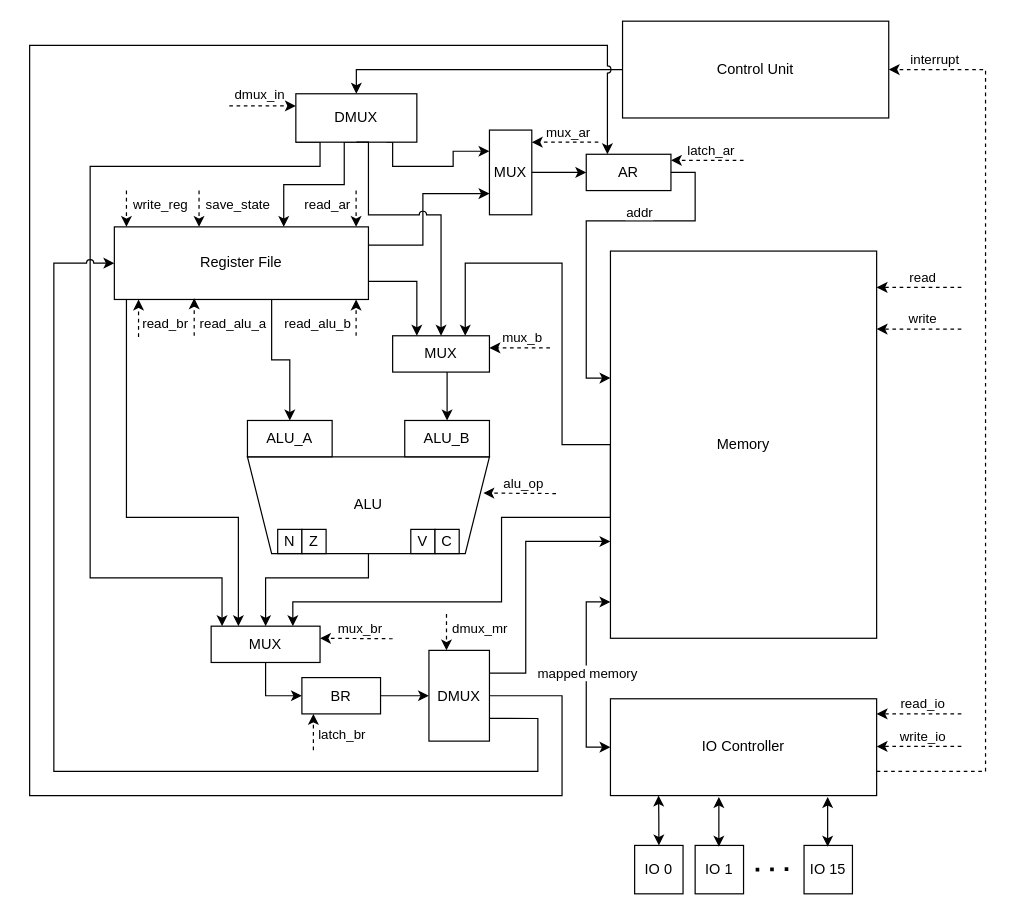
Earlier version of the draw.io diagram media/source/data_path.drawio (tenolly/csa-machine). Source tidied: cells renumbered, new cells numbered last; positions are measured from the earlier drawing's top-left corner, leaving out a move shared by most shapes. Both pictures are drawn from the tidied source at 121%, with x=0, y=0 at pixel (29, 21).
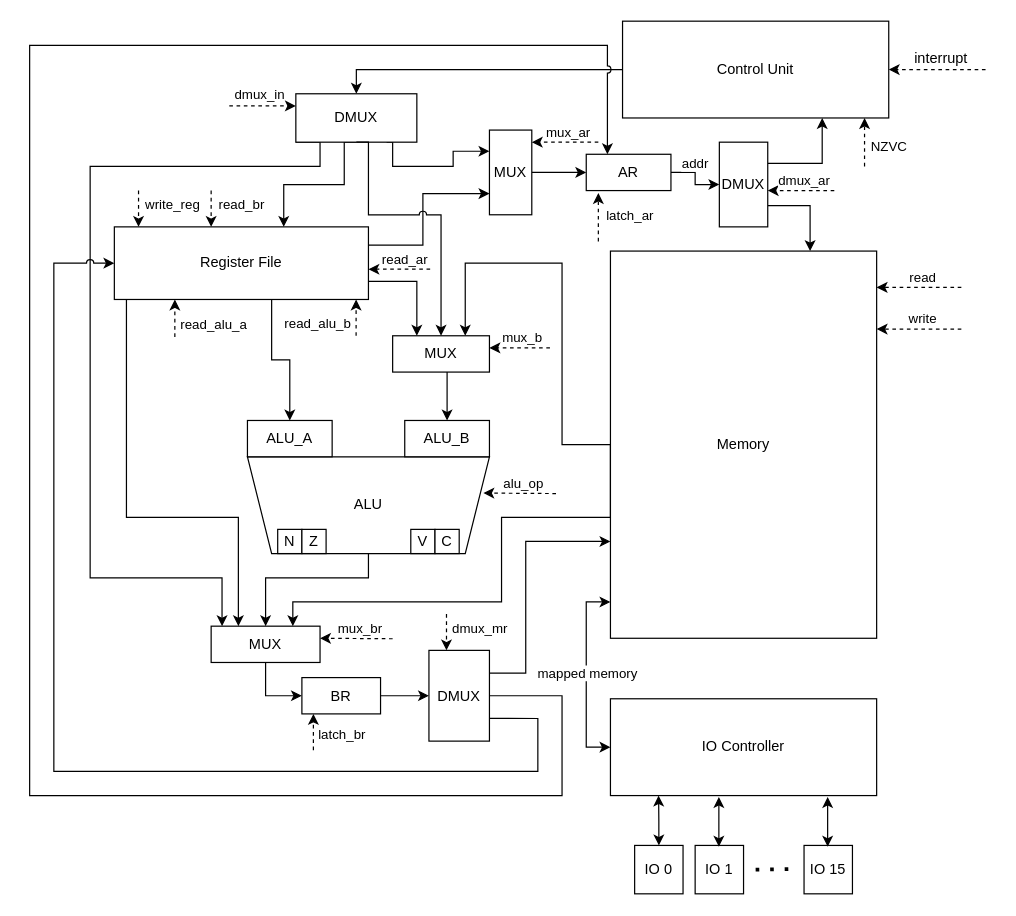
Above is the later version.

The change refers to these unchanged cells:
```xml
<mxCell id="3" value="Control Unit" style="rounded=0;whiteSpace=wrap;html=1;" parent="1" vertex="1">
  <mxGeometry x="490" width="220" height="80" as="geometry" />
</mxCell>
<mxCell id="12" value="Memory" style="rounded=0;whiteSpace=wrap;html=1;" parent="1" vertex="1">
  <mxGeometry x="480" y="190" width="220" height="320" as="geometry" />
</mxCell>
<mxCell id="13" value="AR" style="rounded=0;whiteSpace=wrap;html=1;" parent="1" vertex="1">
  <mxGeometry x="460" y="110" width="70" height="30" as="geometry" />
</mxCell>
<mxCell id="40" value="IO Controller" style="rounded=0;whiteSpace=wrap;html=1;" parent="1" vertex="1">
  <mxGeometry x="480" y="560" width="220" height="80" as="geometry" />
</mxCell>
```

Diff of the diagram source:
```diff
@@
+    <mxCell id="88" style="edgeStyle=orthogonalEdgeStyle;rounded=0;jettySize=auto;html=1;exitX=1;exitY=0.5;exitDx=0;exitDy=0;entryX=0;entryY=0.5;entryDx=0;entryDy=0;" parent="1" edge="1" source="13" target="95">
+      <mxGeometry relative="1" as="geometry" />
+    </mxCell>
+    <mxCell id="15" value="addr" style="edgeLabel;html=1;align=center;verticalAlign=middle;" parent="88" vertex="1">
+      <mxGeometry x="-0.46" y="2" relative="1" as="geometry">
+        <mxPoint x="5" y="-6" as="offset" />
+      </mxGeometry>
+    </mxCell>
@@
-    <mxCell id="14" style="edgeStyle=orthogonalEdgeStyle;rounded=0;jettySize=auto;html=1;exitX=1;exitY=0.5;exitDx=0;exitDy=0;entryX=0;entryY=0.328;entryDx=0;entryDy=0;entryPerimeter=0;" parent="1" edge="1" source="13" target="12">
-      <mxGeometry relative="1" as="geometry" />
-    </mxCell>
-    <mxCell id="15" value="addr" style="edgeLabel;html=1;align=center;verticalAlign=middle;" parent="14" vertex="1">
-      <mxGeometry x="-0.29" relative="1" as="geometry">
-        <mxPoint y="-8" as="offset" />
-      </mxGeometry>
-    </mxCell>
@@
-    <mxCell id="38" style="edgeStyle=orthogonalEdgeStyle;rounded=0;jettySize=auto;html=1;exitX=1;exitY=0.75;exitDx=0;exitDy=0;entryX=1;entryY=0.5;entryDx=0;entryDy=0;dashed=1;" parent="1" edge="1" source="40" target="3">
-      <mxGeometry relative="1" as="geometry">
-        <Array as="points">
-          <mxPoint x="790" y="620" />
-          <mxPoint x="790" y="40" />
-        </Array>
-      </mxGeometry>
-    </mxCell>
-    <mxCell id="39" value="interrupt" style="edgeLabel;html=1;align=center;verticalAlign=middle;" parent="38" vertex="1">
-      <mxGeometry x="0.9" y="-1" relative="1" as="geometry">
-        <mxPoint y="-8" as="offset" />
-      </mxGeometry>
-    </mxCell>
@@
-    <mxCell id="48" style="endArrow=classic;html=1;rounded=0;dashed=1;endFill=1;" parent="1" edge="1">
-      <mxGeometry relative="1" as="geometry">
-        <mxPoint x="770" y="572.5" as="sourcePoint" />
-        <mxPoint x="700" y="572.5" as="targetPoint" />
-      </mxGeometry>
-    </mxCell>
-    <mxCell id="49" value="&amp;nbsp;read_io&amp;nbsp; " style="edgeLabel;html=1;align=center;verticalAlign=middle;" parent="48" vertex="1">
-      <mxGeometry x="-0.06" y="-1" relative="1" as="geometry">
-        <mxPoint y="-8" as="offset" />
-      </mxGeometry>
-    </mxCell>
-    <mxCell id="50" style="endArrow=classic;html=1;rounded=0;dashed=1;" parent="1" edge="1">
-      <mxGeometry relative="1" as="geometry">
-        <mxPoint x="770" y="599.4" as="sourcePoint" />
-        <mxPoint x="700" y="599.4" as="targetPoint" />
-      </mxGeometry>
-    </mxCell>
-    <mxCell id="51" value="write_io" style="edgeLabel;html=1;align=center;verticalAlign=middle;" parent="50" vertex="1">
-      <mxGeometry x="-0.06" y="-1" relative="1" as="geometry">
-        <mxPoint y="-8" as="offset" />
-      </mxGeometry>
-    </mxCell>
@@
     <mxCell id="72" style="endArrow=classic;html=1;rounded=0;dashed=1;" parent="1" edge="1">
       <mxGeometry relative="1" as="geometry">
-        <mxPoint x="590" y="115" as="sourcePoint" />
-        <mxPoint x="530" y="115" as="targetPoint" />
+        <mxPoint x="470" y="182" as="sourcePoint" />
+        <mxPoint x="470" y="142" as="targetPoint" />
       </mxGeometry>
     </mxCell>
     <mxCell id="73" value="latch_ar" style="edgeLabel;html=1;align=center;verticalAlign=middle;" parent="72" vertex="1">
       <mxGeometry x="-0.06" y="-1" relative="1" as="geometry">
-        <mxPoint y="-8" as="offset" />
+        <mxPoint x="24" y="-3" as="offset" />
       </mxGeometry>
     </mxCell>
@@
     <mxCell id="76" style="endArrow=classic;html=1;rounded=0;dashed=1;" parent="1" edge="1">
       <mxGeometry relative="1" as="geometry">
-        <mxPoint x="80" y="140" as="sourcePoint" />
-        <mxPoint x="80" y="170" as="targetPoint" />
+        <mxPoint x="90" y="140" as="sourcePoint" />
+        <mxPoint x="90" y="170" as="targetPoint" />
       </mxGeometry>
     </mxCell>
@@
     <mxCell id="78" style="endArrow=classic;html=1;rounded=0;dashed=1;entryX=0.25;entryY=1;entryDx=0;entryDy=0;" parent="1" edge="1">
       <mxGeometry relative="1" as="geometry">
-        <mxPoint x="136" y="260" as="sourcePoint" />
-        <mxPoint x="136" y="229" as="targetPoint" />
+        <mxPoint x="120" y="261" as="sourcePoint" />
+        <mxPoint x="120" y="230" as="targetPoint" />
       </mxGeometry>
     </mxCell>
@@
-    <mxCell id="82" style="endArrow=classic;html=1;rounded=0;dashed=1;" parent="1" edge="1">
-      <mxGeometry relative="1" as="geometry">
-        <mxPoint x="269.8" y="140" as="sourcePoint" />
-        <mxPoint x="269.8" y="170" as="targetPoint" />
-      </mxGeometry>
-    </mxCell>
-    <mxCell id="83" value="read_ar" style="edgeLabel;html=1;align=center;verticalAlign=middle;" parent="82" vertex="1">
-      <mxGeometry x="-0.06" y="-4" relative="1" as="geometry">
-        <mxPoint x="-20" y="-3" as="offset" />
-      </mxGeometry>
-    </mxCell>
-    <mxCell id="84" style="endArrow=classic;html=1;rounded=0;dashed=1;" parent="1" edge="1">
-      <mxGeometry relative="1" as="geometry">
-        <mxPoint x="140" y="140" as="sourcePoint" />
-        <mxPoint x="140" y="170" as="targetPoint" />
-      </mxGeometry>
-    </mxCell>
-    <mxCell id="85" value="save_state" style="edgeLabel;html=1;align=center;verticalAlign=middle;" parent="84" vertex="1">
-      <mxGeometry x="-0.06" y="-4" relative="1" as="geometry">
-        <mxPoint x="35" y="-3" as="offset" />
-      </mxGeometry>
-    </mxCell>
     <mxCell id="86" style="endArrow=classic;html=1;rounded=0;dashed=1;entryX=0.25;entryY=1;entryDx=0;entryDy=0;" parent="1" edge="1">
       <mxGeometry relative="1" as="geometry">
-        <mxPoint x="90" y="261" as="sourcePoint" />
-        <mxPoint x="90" y="230" as="targetPoint" />
+        <mxPoint x="150" y="140" as="sourcePoint" />
+        <mxPoint x="150" y="170" as="targetPoint" />
       </mxGeometry>
     </mxCell>
     <mxCell id="87" value="read_br" style="edgeLabel;html=1;align=center;verticalAlign=middle;" parent="86" vertex="1">
-      <mxGeometry x="-0.06" y="-4" relative="1" as="geometry">
-        <mxPoint x="17" y="3" as="offset" />
+      <mxGeometry x="-0.06" y="-5" relative="1" as="geometry">
+        <mxPoint x="29" y="-3" as="offset" />
       </mxGeometry>
     </mxCell>
+    <mxCell id="89" style="endArrow=classic;html=1;rounded=0;dashed=1;entryX=0.25;entryY=1;entryDx=0;entryDy=0;" parent="1" edge="1">
+      <mxGeometry relative="1" as="geometry">
+        <mxPoint x="690" y="120" as="sourcePoint" />
+        <mxPoint x="690" y="80" as="targetPoint" />
+      </mxGeometry>
+    </mxCell>
+    <mxCell id="90" value="NZVC" style="edgeLabel;html=1;align=center;verticalAlign=middle;" parent="89" vertex="1">
+      <mxGeometry x="-0.06" y="-3" relative="1" as="geometry">
+        <mxPoint x="16" y="2" as="offset" />
+      </mxGeometry>
+    </mxCell>
+    <mxCell id="91" style="endArrow=classic;html=1;rounded=0;dashed=1;" parent="1" edge="1">
+      <mxGeometry relative="1" as="geometry">
+        <mxPoint x="790" y="40" as="sourcePoint" />
+        <mxPoint x="710" y="40" as="targetPoint" />
+        <Array as="points">
+          <mxPoint x="750" y="40" />
+        </Array>
+      </mxGeometry>
+    </mxCell>
+    <mxCell id="39" value="interrupt" style="text;html=1;align=center;verticalAlign=middle;strokeColor=none;fillColor=none;" parent="1" vertex="1">
+      <mxGeometry x="718" y="16" width="70" height="30" as="geometry" />
+    </mxCell>
+    <mxCell id="92" style="endArrow=classic;html=1;rounded=0;dashed=1;" parent="1" edge="1">
+      <mxGeometry relative="1" as="geometry">
+        <mxPoint x="331" y="205" as="sourcePoint" />
+        <mxPoint x="280" y="205" as="targetPoint" />
+      </mxGeometry>
+    </mxCell>
+    <mxCell id="83" value="read_ar" style="text;html=1;align=center;verticalAlign=middle;strokeColor=none;fillColor=none;fontSize=11;" parent="1" vertex="1">
+      <mxGeometry x="280" y="182" width="60" height="30" as="geometry" />
+    </mxCell>
+    <mxCell id="93" style="edgeStyle=orthogonalEdgeStyle;rounded=0;jettySize=auto;html=1;exitX=1;exitY=0.25;exitDx=0;exitDy=0;entryX=0.75;entryY=1;entryDx=0;entryDy=0;" parent="1" edge="1" source="95" target="3">
+      <mxGeometry relative="1" as="geometry" />
+    </mxCell>
+    <mxCell id="94" style="edgeStyle=orthogonalEdgeStyle;rounded=0;jettySize=auto;html=1;exitX=1;exitY=0.75;exitDx=0;exitDy=0;entryX=0.75;entryY=0;entryDx=0;entryDy=0;" parent="1" edge="1" source="95" target="12">
+      <mxGeometry relative="1" as="geometry" />
+    </mxCell>
+    <mxCell id="95" value="DMUX" style="rounded=0;whiteSpace=wrap;html=1;" parent="1" vertex="1">
+      <mxGeometry x="570" y="100" width="40" height="70" as="geometry" />
+    </mxCell>
+    <mxCell id="96" style="endArrow=classic;html=1;rounded=0;dashed=1;" parent="1" edge="1">
+      <mxGeometry relative="1" as="geometry">
+        <mxPoint x="665" y="140" as="sourcePoint" />
+        <mxPoint x="610" y="140" as="targetPoint" />
+      </mxGeometry>
+    </mxCell>
+    <mxCell id="97" value="dmux_ar" style="edgeLabel;html=1;align=center;verticalAlign=middle;" parent="96" vertex="1">
+      <mxGeometry x="-0.06" y="-1" relative="1" as="geometry">
+        <mxPoint y="-8" as="offset" />
+      </mxGeometry>
+    </mxCell>
```
